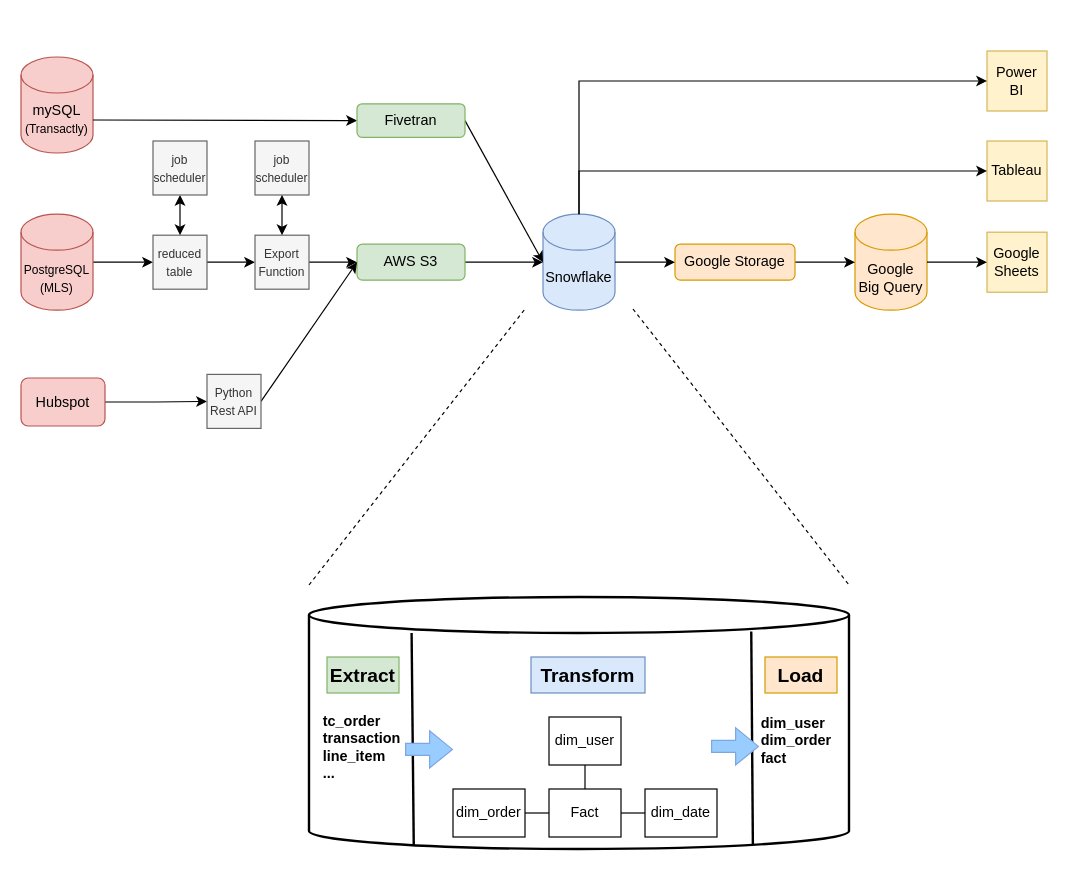
The draw.io diagram Documentation/High Level DW architecture.drawio in samsolo512/Transactly, before the edit. Source tidied: cells renumbered, new cells numbered last; positions are measured from the earlier drawing's top-left corner, leaving out a move shared by most shapes. Both pictures are drawn from the tidied source at 120%, with x=0, y=0 at pixel (20, 50).
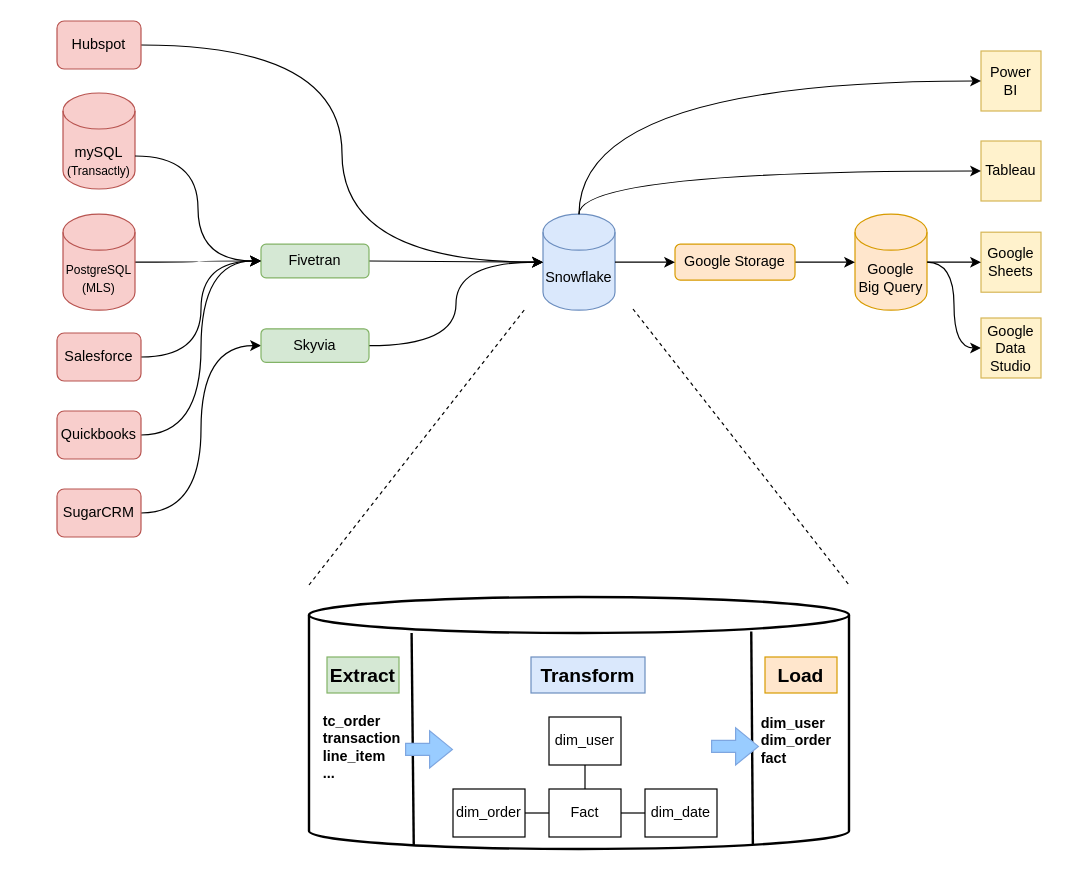
The same page after the edit.

Commit message (it also covers changes not shown here):
changed security schema, high level arch overview, permissions to add Joan Collado

Unchanged cells that the change refers to:
```xml
<mxCell id="6" value="Snowflake" style="shape=cylinder3;whiteSpace=wrap;html=1;boundedLbl=1;backgroundOutline=1;size=15;fillColor=#dae8fc;strokeColor=#6c8ebf;" parent="1" vertex="1">
  <mxGeometry x="435" y="136" width="60" height="80" as="geometry" />
</mxCell>
<mxCell id="12" value="Google&lt;br&gt;Big Query" style="shape=cylinder3;whiteSpace=wrap;html=1;boundedLbl=1;backgroundOutline=1;size=15;fillColor=#ffe6cc;strokeColor=#D79B00;" parent="1" vertex="1">
  <mxGeometry x="695" y="136" width="60" height="80" as="geometry" />
</mxCell>
<mxCell id="15" value="Google Storage" style="rounded=1;whiteSpace=wrap;html=1;fillColor=#FFE6CC;strokeColor=#d79b00;" parent="1" vertex="1">
  <mxGeometry x="545" y="161" width="100" height="30" as="geometry" />
</mxCell>
```

The edit, as a diff of the source:
```diff
@@
     <mxCell id="3" style="shape=cylinder3;whiteSpace=wrap;html=1;boundedLbl=1;backgroundOutline=1;size=15;fillColor=#f8cecc;strokeColor=#b85450;" parent="1" vertex="1">
-      <mxGeometry y="5" width="60" height="80" as="geometry" />
+      <mxGeometry x="35" y="35" width="60" height="80" as="geometry" />
     </mxCell>
-    <mxCell id="4" style="edgeStyle=none;rounded=0;jettySize=auto;html=1;entryX=0;entryY=0.5;entryDx=0;entryDy=0;fontSize=10;" parent="1" edge="1" source="5" target="44">
+    <mxCell id="4" style="edgeStyle=orthogonalEdgeStyle;rounded=0;jettySize=auto;html=1;entryX=0;entryY=0.5;entryDx=0;entryDy=0;fontSize=10;curved=1;" parent="1" edge="1" source="5" target="18">
       <mxGeometry relative="1" as="geometry" />
     </mxCell>
     <mxCell id="5" value="&lt;font style=&quot;font-size: 10px&quot;&gt;PostgreSQL&lt;br&gt;(MLS)&lt;br&gt;&lt;/font&gt;" style="shape=cylinder3;whiteSpace=wrap;html=1;boundedLbl=1;backgroundOutline=1;size=15;fillColor=#f8cecc;strokeColor=#b85450;" parent="1" vertex="1">
-      <mxGeometry y="136" width="60" height="80" as="geometry" />
+      <mxGeometry x="35" y="136" width="60" height="80" as="geometry" />
     </mxCell>
@@
-    <mxCell id="7" style="endArrow=classic;html=1;exitX=1;exitY=0;exitDx=0;exitDy=52.5;exitPerimeter=0;entryX=0;entryY=0.5;entryDx=0;entryDy=0;rounded=0;" parent="1" edge="1" source="3" target="18">
+    <mxCell id="7" style="endArrow=classic;html=1;exitX=1;exitY=0;exitDx=0;exitDy=52.5;exitPerimeter=0;entryX=0;entryY=0.5;entryDx=0;entryDy=0;rounded=0;edgeStyle=orthogonalEdgeStyle;curved=1;" parent="1" edge="1" source="3" target="18">
       <mxGeometry relative="1" as="geometry" />
     </mxCell>
@@
     <mxCell id="9" value="mySQL&lt;br&gt;&lt;font style=&quot;font-size: 10px&quot;&gt;(Transactly)&lt;/font&gt;" style="text;html=1;strokeColor=none;fillColor=none;align=center;verticalAlign=middle;whiteSpace=wrap;rounded=0;" parent="1" vertex="1">
-      <mxGeometry x="10" y="35" width="40" height="44" as="geometry" />
+      <mxGeometry x="45" y="75" width="40" height="34" as="geometry" />
     </mxCell>
     <mxCell id="10" value="Tableau" style="whiteSpace=wrap;html=1;fillColor=#fff2cc;strokeColor=#d6b656;" parent="1" vertex="1">
-      <mxGeometry x="805" y="75" width="50" height="50" as="geometry" />
+      <mxGeometry x="800" y="75" width="50" height="50" as="geometry" />
     </mxCell>
     <mxCell id="11" value="Google Sheets" style="whiteSpace=wrap;html=1;fillColor=#fff2cc;strokeColor=#d6b656;" parent="1" vertex="1">
-      <mxGeometry x="805" y="151" width="50" height="50" as="geometry" />
+      <mxGeometry x="800" y="151" width="50" height="50" as="geometry" />
     </mxCell>
+    <mxCell id="54" style="edgeStyle=orthogonalEdgeStyle;rounded=0;jettySize=auto;html=1;entryX=0;entryY=0.5;entryDx=0;entryDy=0;exitX=1;exitY=0.5;exitDx=0;exitDy=0;exitPerimeter=0;curved=1;" parent="1" edge="1" source="12" target="55">
+      <mxGeometry relative="1" as="geometry" />
+    </mxCell>
@@
-    <mxCell id="13" style="endArrow=classic;html=1;exitX=1;exitY=0.5;exitDx=0;exitDy=0;exitPerimeter=0;entryX=0;entryY=0.5;entryDx=0;entryDy=0;" parent="1" edge="1" source="12" target="11">
+    <mxCell id="13" style="endArrow=classic;html=1;exitX=1;exitY=0.5;exitDx=0;exitDy=0;exitPerimeter=0;entryX=0;entryY=0.5;entryDx=0;entryDy=0;edgeStyle=orthogonalEdgeStyle;curved=1;" parent="1" edge="1" source="12" target="11">
       <mxGeometry relative="1" as="geometry" />
     </mxCell>
-    <mxCell id="14" style="endArrow=classic;html=1;entryX=0;entryY=0.5;entryDx=0;entryDy=0;entryPerimeter=0;exitX=1;exitY=0.5;exitDx=0;exitDy=0;exitPerimeter=0;" parent="1" edge="1" source="15" target="12">
+    <mxCell id="14" style="endArrow=classic;html=1;entryX=0;entryY=0.5;entryDx=0;entryDy=0;entryPerimeter=0;exitX=1;exitY=0.5;exitDx=0;exitDy=0;exitPerimeter=0;edgeStyle=orthogonalEdgeStyle;curved=1;" parent="1" edge="1" source="15" target="12">
       <mxGeometry relative="1" as="geometry" />
     </mxCell>
@@
-    <mxCell id="16" style="endArrow=classic;html=1;entryX=0;entryY=0.5;entryDx=0;entryDy=0;entryPerimeter=0;exitX=1;exitY=0.5;exitDx=0;exitDy=0;exitPerimeter=0;" parent="1" edge="1" source="6" target="15">
+    <mxCell id="16" style="endArrow=classic;html=1;entryX=0;entryY=0.5;entryDx=0;entryDy=0;entryPerimeter=0;exitX=1;exitY=0.5;exitDx=0;exitDy=0;exitPerimeter=0;edgeStyle=orthogonalEdgeStyle;curved=1;" parent="1" edge="1" source="6" target="15">
       <mxGeometry relative="1" as="geometry" />
     </mxCell>
-    <mxCell id="17" style="endArrow=classic;html=1;rounded=0;exitX=0.5;exitY=0;exitDx=0;exitDy=0;exitPerimeter=0;entryX=0;entryY=0.5;entryDx=0;entryDy=0;edgeStyle=orthogonalEdgeStyle;" parent="1" edge="1" source="6" target="10">
+    <mxCell id="17" style="endArrow=classic;html=1;rounded=0;exitX=0.5;exitY=0;exitDx=0;exitDy=0;exitPerimeter=0;entryX=0;entryY=0.5;entryDx=0;entryDy=0;edgeStyle=orthogonalEdgeStyle;curved=1;" parent="1" edge="1" source="6" target="10">
       <mxGeometry relative="1" as="geometry" />
     </mxCell>
     <mxCell id="18" value="Fivetran" style="rounded=1;whiteSpace=wrap;html=1;fillColor=#d5e8d4;strokeColor=#82B366;" parent="1" vertex="1">
-      <mxGeometry x="280" y="44" width="90" height="28" as="geometry" />
+      <mxGeometry x="200" y="161" width="90" height="28" as="geometry" />
     </mxCell>
@@
     <mxCell id="37" value="Power BI" style="whiteSpace=wrap;html=1;fillColor=#fff2cc;strokeColor=#d6b656;" parent="1" vertex="1">
-      <mxGeometry x="805" width="50" height="50" as="geometry" />
+      <mxGeometry x="800" width="50" height="50" as="geometry" />
     </mxCell>
-    <mxCell id="38" style="endArrow=classic;html=1;rounded=0;fontSize=16;strokeColor=#000000;strokeWidth=1;fillColor=#99CCFF;exitX=0.5;exitY=0;exitDx=0;exitDy=0;exitPerimeter=0;entryX=0;entryY=0.5;entryDx=0;entryDy=0;edgeStyle=orthogonalEdgeStyle;" parent="1" edge="1" source="6" target="37">
+    <mxCell id="38" style="endArrow=classic;html=1;rounded=0;fontSize=16;strokeColor=#000000;strokeWidth=1;fillColor=#99CCFF;exitX=0.5;exitY=0;exitDx=0;exitDy=0;exitPerimeter=0;entryX=0;entryY=0.5;entryDx=0;entryDy=0;edgeStyle=orthogonalEdgeStyle;curved=1;" parent="1" edge="1" source="6" target="37">
       <mxGeometry relative="1" as="geometry" />
     </mxCell>
-    <mxCell id="39" style="edgeStyle=orthogonalEdgeStyle;rounded=0;jettySize=auto;html=1;entryX=0;entryY=0.5;entryDx=0;entryDy=0;fontSize=12;" parent="1" edge="1" source="40" target="48">
+    <mxCell id="39" style="rounded=0;jettySize=auto;html=1;entryX=0;entryY=0.5;entryDx=0;entryDy=0;fontSize=12;entryPerimeter=0;exitX=1;exitY=0.5;exitDx=0;exitDy=0;edgeStyle=orthogonalEdgeStyle;curved=1;" parent="1" edge="1" source="40" target="6">
       <mxGeometry relative="1" as="geometry" />
     </mxCell>
     <mxCell id="40" value="&lt;font style=&quot;font-size: 12px&quot;&gt;Hubspot&lt;/font&gt;" style="rounded=1;whiteSpace=wrap;html=1;fontSize=10;fillColor=#f8cecc;strokeColor=#b85450;" parent="1" vertex="1">
-      <mxGeometry y="272.5" width="70" height="40" as="geometry" />
+      <mxGeometry x="30" y="-25" width="70" height="40" as="geometry" />
     </mxCell>
-    <mxCell id="41" style="edgeStyle=orthogonalEdgeStyle;rounded=0;jettySize=auto;html=1;entryX=0;entryY=0.5;entryDx=0;entryDy=0;entryPerimeter=0;fontSize=12;" parent="1" edge="1" source="42" target="6">
-      <mxGeometry relative="1" as="geometry" />
-    </mxCell>
-    <mxCell id="42" value="AWS S3" style="rounded=1;whiteSpace=wrap;html=1;fillColor=#d5e8d4;strokeColor=#82B366;" parent="1" vertex="1">
-      <mxGeometry x="280" y="161" width="90" height="30" as="geometry" />
-    </mxCell>
-    <mxCell id="43" style="edgeStyle=none;rounded=0;jettySize=auto;html=1;entryX=0;entryY=0.5;entryDx=0;entryDy=0;fontSize=10;" parent="1" edge="1" source="44" target="46">
-      <mxGeometry relative="1" as="geometry" />
-    </mxCell>
-    <mxCell id="44" value="&lt;font style=&quot;font-size: 10px&quot;&gt;reduced&lt;br&gt;table&lt;/font&gt;" style="whiteSpace=wrap;html=1;fontSize=12;fillColor=#f5f5f5;fontColor=#333333;strokeColor=#666666;" parent="1" vertex="1">
-      <mxGeometry x="110" y="153.5" width="45" height="45" as="geometry" />
-    </mxCell>
-    <mxCell id="45" style="edgeStyle=none;rounded=0;jettySize=auto;html=1;entryX=0;entryY=0.5;entryDx=0;entryDy=0;fontSize=10;" parent="1" edge="1" source="46" target="42">
-      <mxGeometry relative="1" as="geometry" />
-    </mxCell>
-    <mxCell id="46" value="&lt;font style=&quot;font-size: 10px&quot;&gt;Export&lt;br&gt;Function&lt;/font&gt;" style="whiteSpace=wrap;html=1;fontSize=12;fillColor=#f5f5f5;fontColor=#333333;strokeColor=#666666;" parent="1" vertex="1">
-      <mxGeometry x="195" y="153.5" width="45" height="45" as="geometry" />
-    </mxCell>
-    <mxCell id="47" style="rounded=0;jettySize=auto;html=1;entryX=0;entryY=0.5;entryDx=0;entryDy=0;fontSize=10;exitX=1;exitY=0.5;exitDx=0;exitDy=0;" parent="1" edge="1" source="48" target="42">
-      <mxGeometry relative="1" as="geometry" />
-    </mxCell>
-    <mxCell id="48" value="&lt;font style=&quot;font-size: 10px&quot;&gt;Python&lt;br&gt;Rest API&lt;/font&gt;" style="whiteSpace=wrap;html=1;fontSize=12;fillColor=#f5f5f5;fontColor=#333333;strokeColor=#666666;" parent="1" vertex="1">
-      <mxGeometry x="155" y="269.5" width="45" height="45" as="geometry" />
-    </mxCell>
-    <mxCell id="49" style="edgeStyle=orthogonalEdgeStyle;rounded=0;jettySize=auto;html=1;entryX=0.5;entryY=0;entryDx=0;entryDy=0;fontSize=10;strokeColor=none;" parent="1" edge="1" source="51" target="44">
-      <mxGeometry relative="1" as="geometry" />
-    </mxCell>
-    <mxCell id="50" style="edgeStyle=orthogonalEdgeStyle;rounded=0;jettySize=auto;html=1;fontSize=10;entryX=0.5;entryY=0;entryDx=0;entryDy=0;startArrow=classic;startFill=1;" parent="1" edge="1" source="51" target="44">
-      <mxGeometry relative="1" as="geometry" />
-    </mxCell>
-    <mxCell id="51" value="&lt;span style=&quot;font-size: 10px&quot;&gt;job scheduler&lt;/span&gt;" style="whiteSpace=wrap;html=1;fontSize=12;fillColor=#f5f5f5;fontColor=#333333;strokeColor=#666666;" parent="1" vertex="1">
-      <mxGeometry x="110" y="75" width="45" height="45" as="geometry" />
-    </mxCell>
-    <mxCell id="52" value="&lt;span style=&quot;font-size: 10px&quot;&gt;job scheduler&lt;/span&gt;" style="whiteSpace=wrap;html=1;fontSize=12;fillColor=#f5f5f5;fontColor=#333333;strokeColor=#666666;" parent="1" vertex="1">
-      <mxGeometry x="195" y="75" width="45" height="45" as="geometry" />
-    </mxCell>
-    <mxCell id="53" style="edgeStyle=orthogonalEdgeStyle;rounded=0;jettySize=auto;html=1;fontSize=10;entryX=0.5;entryY=0;entryDx=0;entryDy=0;startArrow=classic;startFill=1;exitX=0.5;exitY=1;exitDx=0;exitDy=0;" parent="1" edge="1" source="52" target="46">
-      <mxGeometry relative="1" as="geometry" />
-    </mxCell>
+    <mxCell id="55" value="Google Data Studio" style="whiteSpace=wrap;html=1;fillColor=#fff2cc;strokeColor=#d6b656;" parent="1" vertex="1">
+      <mxGeometry x="800" y="222.5" width="50" height="50" as="geometry" />
+    </mxCell>
+    <mxCell id="56" style="edgeStyle=orthogonalEdgeStyle;rounded=0;jettySize=auto;html=1;entryX=0;entryY=0.5;entryDx=0;entryDy=0;exitX=1;exitY=0.5;exitDx=0;exitDy=0;curved=1;" parent="1" edge="1" source="57" target="18">
+      <mxGeometry relative="1" as="geometry" />
+    </mxCell>
+    <mxCell id="57" value="&lt;font style=&quot;font-size: 12px&quot;&gt;Salesforce&lt;/font&gt;" style="rounded=1;whiteSpace=wrap;html=1;fontSize=10;fillColor=#f8cecc;strokeColor=#b85450;" parent="1" vertex="1">
+      <mxGeometry x="30" y="235" width="70" height="40" as="geometry" />
+    </mxCell>
+    <mxCell id="58" style="edgeStyle=orthogonalEdgeStyle;rounded=0;jettySize=auto;html=1;entryX=0;entryY=0.5;entryDx=0;entryDy=0;exitX=1;exitY=0.5;exitDx=0;exitDy=0;curved=1;" parent="1" edge="1" source="59" target="63">
+      <mxGeometry relative="1" as="geometry" />
+    </mxCell>
+    <mxCell id="59" value="&lt;font style=&quot;font-size: 12px&quot;&gt;SugarCRM&lt;/font&gt;" style="rounded=1;whiteSpace=wrap;html=1;fontSize=10;fillColor=#f8cecc;strokeColor=#b85450;" parent="1" vertex="1">
+      <mxGeometry x="30" y="365" width="70" height="40" as="geometry" />
+    </mxCell>
+    <mxCell id="60" style="edgeStyle=orthogonalEdgeStyle;rounded=0;jettySize=auto;html=1;entryX=0;entryY=0.5;entryDx=0;entryDy=0;exitX=1;exitY=0.5;exitDx=0;exitDy=0;curved=1;" parent="1" edge="1" source="61" target="18">
+      <mxGeometry relative="1" as="geometry" />
+    </mxCell>
+    <mxCell id="61" value="&lt;font style=&quot;font-size: 12px&quot;&gt;Quickbooks&lt;/font&gt;" style="rounded=1;whiteSpace=wrap;html=1;fontSize=10;fillColor=#f8cecc;strokeColor=#b85450;" parent="1" vertex="1">
+      <mxGeometry x="30" y="300" width="70" height="40" as="geometry" />
+    </mxCell>
+    <mxCell id="62" style="edgeStyle=orthogonalEdgeStyle;rounded=0;jettySize=auto;html=1;entryX=0;entryY=0.5;entryDx=0;entryDy=0;entryPerimeter=0;exitX=1;exitY=0.5;exitDx=0;exitDy=0;curved=1;" parent="1" edge="1" source="63" target="6">
+      <mxGeometry relative="1" as="geometry" />
+    </mxCell>
+    <mxCell id="63" value="Skyvia" style="rounded=1;whiteSpace=wrap;html=1;fillColor=#d5e8d4;strokeColor=#82B366;" parent="1" vertex="1">
+      <mxGeometry x="200" y="231.5" width="90" height="28" as="geometry" />
+    </mxCell>
```
